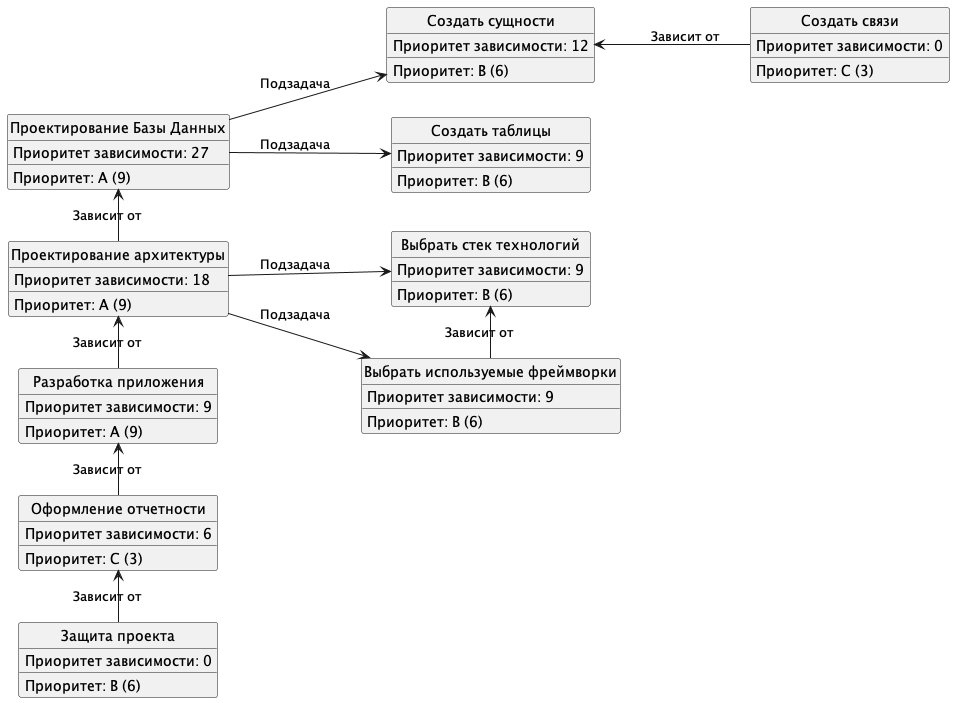
Earlier version of the PlantUML export docs/export/TaskPrioritySchema.png (seljmov/stook). The source it was exported from:
```plantuml
@startuml TaskPrioritySchema

left to right direction

hide circle
hide empty members

class "Проектирование Базы Данных" as DB {
    Приоритет: A (9)
    Приоритет зависимости: 27
}

class "Создать сущности" as Entities {
    Приоритет: B (6)
    Приоритет зависимости: 12
}

class "Создать таблицы" as Tables {
    Приоритет: B (6)
    Приоритет зависимости: 9
}

class "Создать связи" as Relations {
    Приоритет: C (3)
    Приоритет зависимости: 0
}

class "Проектирование архитектуры" as Architecture {
    Приоритет: A (9)
    Приоритет зависимости: 18
}

class "Выбрать стек технологий" as TechStack {
    Приоритет: B (6)
    Приоритет зависимости: 9
}

class "Выбрать используемые фреймворки" as Frameworks {
    Приоритет: B (6)
    Приоритет зависимости: 9
}

class "Разработка приложения" as Development {
    Приоритет: A (9)
    Приоритет зависимости: 9
}

class "Оформление отчетности" as Reporting {
    Приоритет: C (3)
    Приоритет зависимости: 6
}

class "Защита проекта" as Protection {
    Приоритет: B (6)
    Приоритет зависимости: 0
}

DB --> Entities : Подзадача
DB --> Tables : Подзадача

Relations -u-> Entities : Зависит от

Architecture --> TechStack : Подзадача
Architecture --> Frameworks : Подзадача

Frameworks -l-> TechStack : Зависит от

Architecture -l-> DB : Зависит от

Development -l-> Architecture : Зависит от

Protection -l-> Reporting : Зависит от

Reporting -l-> Development : Зависит от



@enduml
```
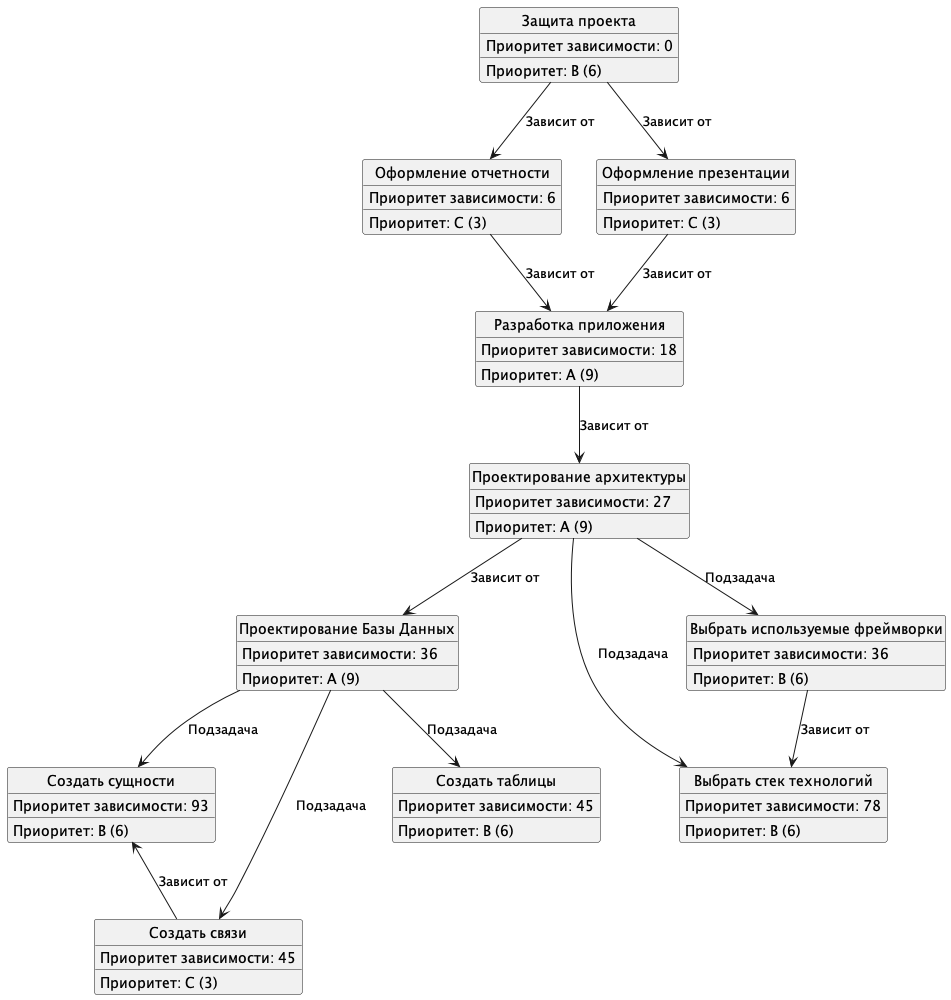
After the commit.

Change to the diagram source:
```diff
@@ -1,51 +1,55 @@
 @startuml TaskPrioritySchema
 
-left to right direction
 
 hide circle
 hide empty members
 
 class "Проектирование Базы Данных" as DB {
     Приоритет: A (9)
-    Приоритет зависимости: 27
+    Приоритет зависимости: 36
+}
+
+class "Создать связи" as Relations {
+    Приоритет: C (3)
+    Приоритет зависимости: 45
 }
 
 class "Создать сущности" as Entities {
     Приоритет: B (6)
-    Приоритет зависимости: 12
+    Приоритет зависимости: 93
 }
 
 class "Создать таблицы" as Tables {
     Приоритет: B (6)
-    Приоритет зависимости: 9
-}
-
-class "Создать связи" as Relations {
-    Приоритет: C (3)
-    Приоритет зависимости: 0
+    Приоритет зависимости: 45
 }
 
 class "Проектирование архитектуры" as Architecture {
     Приоритет: A (9)
-    Приоритет зависимости: 18
+    Приоритет зависимости: 27
 }
 
 class "Выбрать стек технологий" as TechStack {
     Приоритет: B (6)
-    Приоритет зависимости: 9
+    Приоритет зависимости: 78
 }
 
 class "Выбрать используемые фреймворки" as Frameworks {
     Приоритет: B (6)
-    Приоритет зависимости: 9
+    Приоритет зависимости: 36
 }
 
 class "Разработка приложения" as Development {
     Приоритет: A (9)
-    Приоритет зависимости: 9
+    Приоритет зависимости: 18
 }
 
 class "Оформление отчетности" as Reporting {
+    Приоритет: C (3)
+    Приоритет зависимости: 6
+}
+
+class "Оформление презентации" as Presentation {
     Приоритет: C (3)
     Приоритет зависимости: 6
 }
@@ -57,21 +61,24 @@
 
 DB --> Entities : Подзадача
 DB --> Tables : Подзадача
+DB --> Relations : Подзадача
 
 Relations -u-> Entities : Зависит от
 
 Architecture --> TechStack : Подзадача
 Architecture --> Frameworks : Подзадача
 
-Frameworks -l-> TechStack : Зависит от
+Frameworks --> TechStack : Зависит от
 
-Architecture -l-> DB : Зависит от
+Architecture --> DB : Зависит от
 
-Development -l-> Architecture : Зависит от
+Development --> Architecture : Зависит от
 
-Protection -l-> Reporting : Зависит от
+Protection --> Reporting : Зависит от
+Protection --> Presentation : Зависит от
 
-Reporting -l-> Development : Зависит от
+Reporting --> Development : Зависит от
+Presentation --> Development : Зависит от
 
 
 
```
